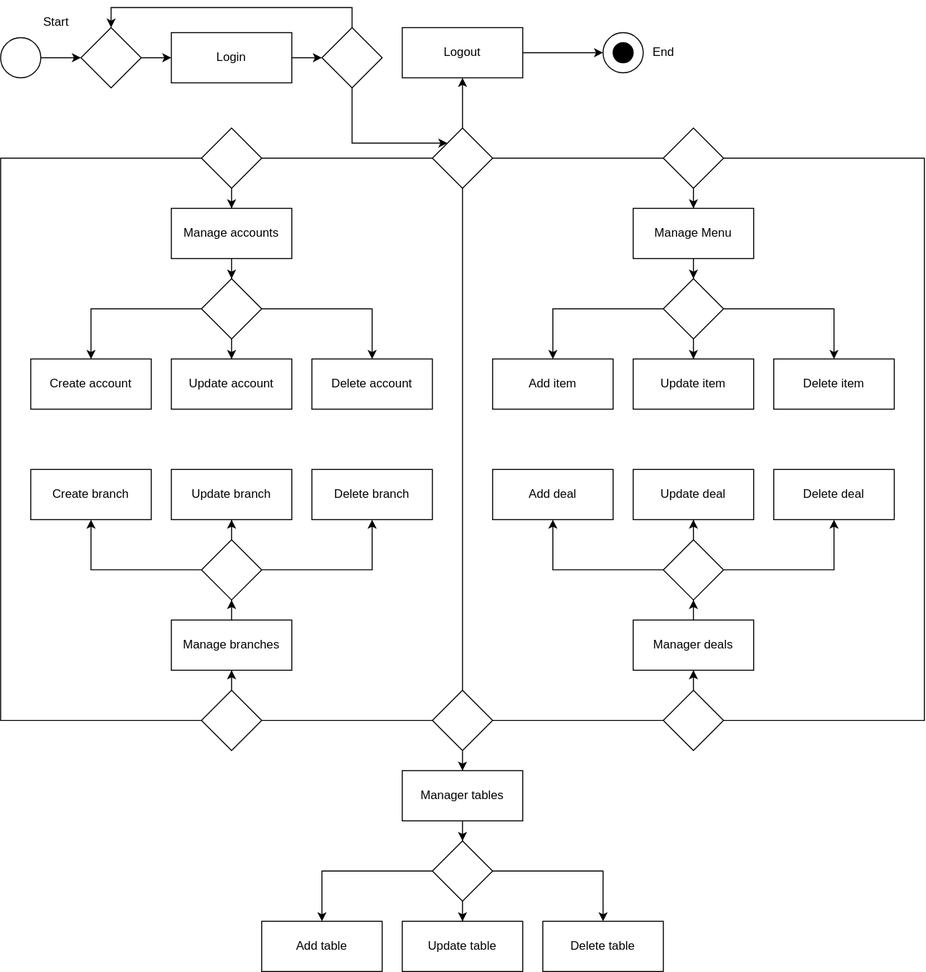
abdxdev/AMOS-Sem-Proj keeps this draw.io diagram as docs/images/state-diagrams/Admin SD.svg. Above is the earlier version. Source tidied: cells renumbered, new cells last; positions are measured from the earlier drawing's top-left corner, leaving out a move shared by most shapes.
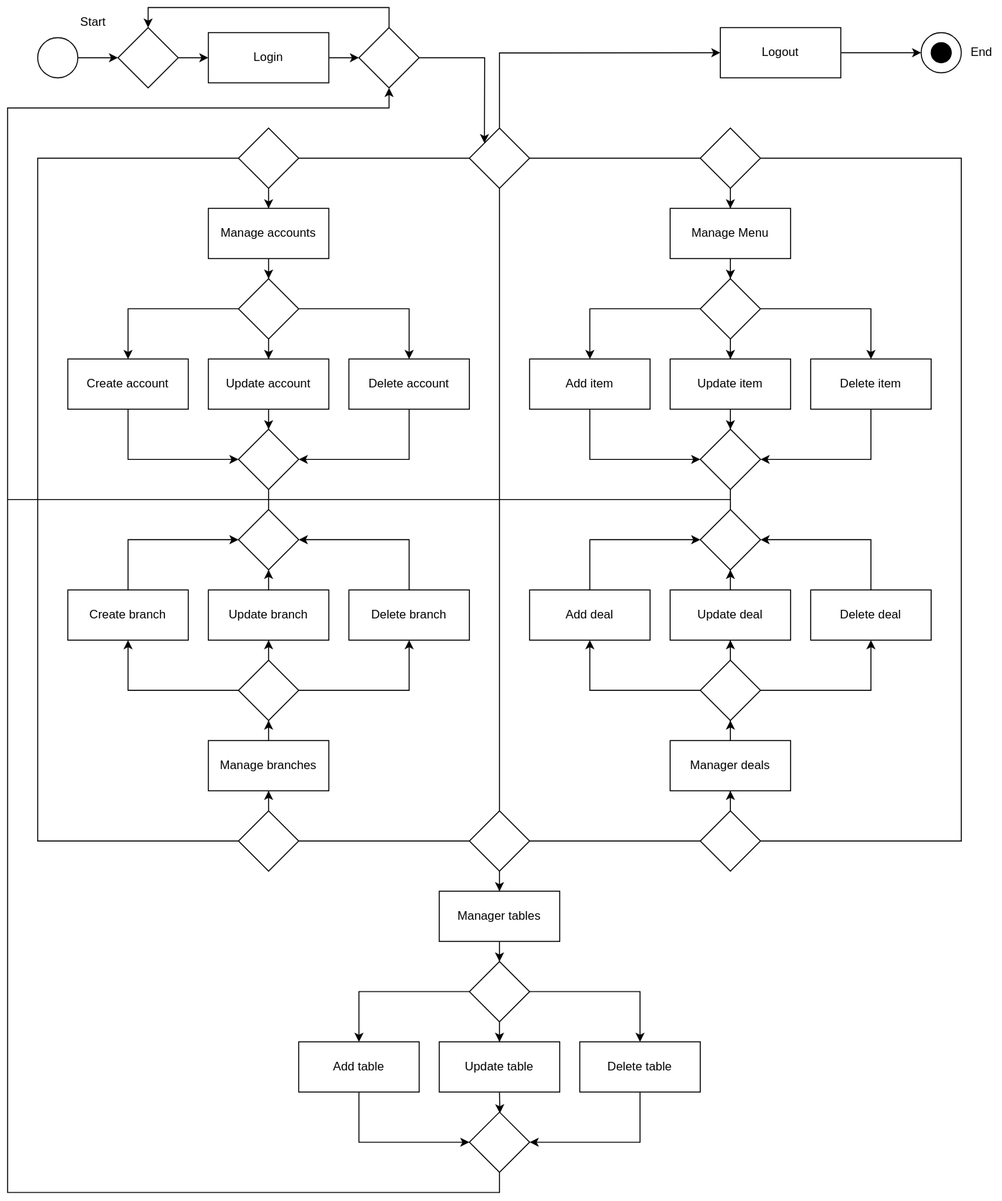
Later version of the same file.

The edit, as a diff of the source:
```diff
@@ -3,7 +3,7 @@
     <mxCell id="0" />
     <mxCell id="1" parent="0" />
     <mxCell id="2" style="group;" parent="1" vertex="1">
-      <mxGeometry x="600" y="25" width="40" height="40" as="geometry" />
+      <mxGeometry x="880" y="25" width="40" height="40" as="geometry" />
     </mxCell>
     <mxCell id="3" style="ellipse;whiteSpace=wrap;html=1;fillStyle=solid;strokeWidth=1;" parent="2" vertex="1">
       <mxGeometry width="40" height="40" as="geometry" />
@@ -17,13 +17,6 @@
     <mxCell id="6" style="rhombus;whiteSpace=wrap;html=1;" parent="1" vertex="1">
       <mxGeometry x="80" y="20" width="60" height="60" as="geometry" />
     </mxCell>
-    <mxCell id="7" style="edgeStyle=orthogonalEdgeStyle;rounded=0;jettySize=auto;html=1;entryX=0;entryY=0;entryDx=0;entryDy=0;" parent="1" edge="1" source="77" target="74">
-      <mxGeometry relative="1" as="geometry">
-        <Array as="points">
-          <mxPoint x="350" y="135" />
-        </Array>
-      </mxGeometry>
-    </mxCell>
     <mxCell id="8" value="Login" style="rounded=0;whiteSpace=wrap;html=1;" parent="1" vertex="1">
       <mxGeometry x="170" y="25" width="120" height="50" as="geometry" />
     </mxCell>
@@ -37,16 +30,19 @@
       <mxGeometry relative="1" as="geometry" />
     </mxCell>
     <mxCell id="12" style="rhombus;whiteSpace=wrap;html=1;" parent="1" vertex="1">
-      <mxGeometry x="660" y="680" width="60" height="60" as="geometry" />
+      <mxGeometry x="660" y="800" width="60" height="60" as="geometry" />
     </mxCell>
     <mxCell id="13" style="edgeStyle=orthogonalEdgeStyle;rounded=0;jettySize=auto;html=1;" parent="1" edge="1" source="14" target="19">
       <mxGeometry relative="1" as="geometry" />
     </mxCell>
     <mxCell id="14" value="Manager deals" style="rounded=0;whiteSpace=wrap;html=1;" parent="1" vertex="1">
-      <mxGeometry x="630" y="610" width="120" height="50" as="geometry" />
+      <mxGeometry x="630" y="730" width="120" height="50" as="geometry" />
     </mxCell>
+    <mxCell id="82" style="edgeStyle=orthogonalEdgeStyle;rounded=0;jettySize=auto;html=1;" parent="1" edge="1" source="15" target="99">
+      <mxGeometry relative="1" as="geometry" />
+    </mxCell>
     <mxCell id="15" value="Update deal" style="rounded=0;whiteSpace=wrap;html=1;" parent="1" vertex="1">
-      <mxGeometry x="630" y="460" width="120" height="50" as="geometry" />
+      <mxGeometry x="630" y="580" width="120" height="50" as="geometry" />
     </mxCell>
     <mxCell id="16" style="edgeStyle=orthogonalEdgeStyle;rounded=0;jettySize=auto;html=1;" parent="1" edge="1" source="19" target="21">
       <mxGeometry relative="1" as="geometry" />
@@ -58,13 +54,27 @@
       <mxGeometry relative="1" as="geometry" />
     </mxCell>
     <mxCell id="19" style="rhombus;whiteSpace=wrap;html=1;" parent="1" vertex="1">
-      <mxGeometry x="660" y="530" width="60" height="60" as="geometry" />
+      <mxGeometry x="660" y="650" width="60" height="60" as="geometry" />
     </mxCell>
+    <mxCell id="83" style="edgeStyle=orthogonalEdgeStyle;rounded=0;jettySize=auto;html=1;entryX=1;entryY=0.5;entryDx=0;entryDy=0;" parent="1" edge="1" source="20" target="99">
+      <mxGeometry relative="1" as="geometry">
+        <Array as="points">
+          <mxPoint x="830" y="530" />
+        </Array>
+      </mxGeometry>
+    </mxCell>
     <mxCell id="20" value="Delete deal" style="rounded=0;whiteSpace=wrap;html=1;" parent="1" vertex="1">
-      <mxGeometry x="770" y="460" width="120" height="50" as="geometry" />
+      <mxGeometry x="770" y="580" width="120" height="50" as="geometry" />
     </mxCell>
+    <mxCell id="84" style="edgeStyle=orthogonalEdgeStyle;rounded=0;jettySize=auto;html=1;entryX=0;entryY=0.5;entryDx=0;entryDy=0;" parent="1" edge="1" source="21" target="99">
+      <mxGeometry relative="1" as="geometry">
+        <Array as="points">
+          <mxPoint x="550" y="530" />
+        </Array>
+      </mxGeometry>
+    </mxCell>
     <mxCell id="21" value="Add deal" style="rounded=0;whiteSpace=wrap;html=1;" parent="1" vertex="1">
-      <mxGeometry x="490" y="460" width="120" height="50" as="geometry" />
+      <mxGeometry x="490" y="580" width="120" height="50" as="geometry" />
     </mxCell>
     <mxCell id="22" style="edgeStyle=orthogonalEdgeStyle;rounded=0;jettySize=auto;html=1;" parent="1" edge="1" source="24" target="26">
       <mxGeometry relative="1" as="geometry" />
@@ -73,7 +83,7 @@
       <mxGeometry relative="1" as="geometry">
         <Array as="points">
           <mxPoint x="920" y="150" />
-          <mxPoint x="920" y="710" />
+          <mxPoint x="920" y="830" />
         </Array>
       </mxGeometry>
     </mxCell>
@@ -86,6 +96,9 @@
     <mxCell id="26" value="Manage Menu" style="rounded=0;whiteSpace=wrap;html=1;" parent="1" vertex="1">
       <mxGeometry x="630" y="200" width="120" height="50" as="geometry" />
     </mxCell>
+    <mxCell id="85" style="edgeStyle=orthogonalEdgeStyle;rounded=0;jettySize=auto;html=1;" parent="1" edge="1" source="27" target="97">
+      <mxGeometry relative="1" as="geometry" />
+    </mxCell>
     <mxCell id="27" value="Update item" style="rounded=0;whiteSpace=wrap;html=1;" parent="1" vertex="1">
       <mxGeometry x="630" y="350" width="120" height="50" as="geometry" />
     </mxCell>
@@ -101,9 +114,23 @@
     <mxCell id="31" style="rhombus;whiteSpace=wrap;html=1;" parent="1" vertex="1">
       <mxGeometry x="660" y="270" width="60" height="60" as="geometry" />
     </mxCell>
+    <mxCell id="86" style="edgeStyle=orthogonalEdgeStyle;rounded=0;jettySize=auto;html=1;" parent="1" edge="1" source="32" target="97">
+      <mxGeometry relative="1" as="geometry">
+        <Array as="points">
+          <mxPoint x="830" y="450" />
+        </Array>
+      </mxGeometry>
+    </mxCell>
     <mxCell id="32" value="Delete item" style="rounded=0;whiteSpace=wrap;html=1;" parent="1" vertex="1">
       <mxGeometry x="770" y="350" width="120" height="50" as="geometry" />
     </mxCell>
+    <mxCell id="87" style="edgeStyle=orthogonalEdgeStyle;rounded=0;jettySize=auto;html=1;entryX=0;entryY=0.5;entryDx=0;entryDy=0;" parent="1" edge="1" source="33" target="97">
+      <mxGeometry relative="1" as="geometry">
+        <Array as="points">
+          <mxPoint x="550" y="450" />
+        </Array>
+      </mxGeometry>
+    </mxCell>
     <mxCell id="33" value="Add item" style="rounded=0;whiteSpace=wrap;html=1;" parent="1" vertex="1">
       <mxGeometry x="490" y="350" width="120" height="50" as="geometry" />
     </mxCell>
@@ -114,16 +141,19 @@
       <mxGeometry relative="1" as="geometry" />
     </mxCell>
     <mxCell id="36" style="rhombus;whiteSpace=wrap;html=1;" parent="1" vertex="1">
-      <mxGeometry x="200" y="680" width="60" height="60" as="geometry" />
+      <mxGeometry x="200" y="800" width="60" height="60" as="geometry" />
     </mxCell>
     <mxCell id="37" style="edgeStyle=orthogonalEdgeStyle;rounded=0;jettySize=auto;html=1;" parent="1" edge="1" source="38" target="43">
       <mxGeometry relative="1" as="geometry" />
     </mxCell>
     <mxCell id="38" value="Manage branches" style="rounded=0;whiteSpace=wrap;html=1;" parent="1" vertex="1">
-      <mxGeometry x="170" y="610" width="120" height="50" as="geometry" />
+      <mxGeometry x="170" y="730" width="120" height="50" as="geometry" />
     </mxCell>
+    <mxCell id="88" style="edgeStyle=orthogonalEdgeStyle;rounded=0;jettySize=auto;html=1;" parent="1" edge="1" source="39" target="100">
+      <mxGeometry relative="1" as="geometry" />
+    </mxCell>
     <mxCell id="39" value="Update branch" style="rounded=0;whiteSpace=wrap;html=1;" parent="1" vertex="1">
-      <mxGeometry x="170" y="460" width="120" height="50" as="geometry" />
+      <mxGeometry x="170" y="580" width="120" height="50" as="geometry" />
     </mxCell>
     <mxCell id="40" style="edgeStyle=orthogonalEdgeStyle;rounded=0;jettySize=auto;html=1;" parent="1" edge="1" source="43" target="45">
       <mxGeometry relative="1" as="geometry" />
@@ -135,13 +165,27 @@
       <mxGeometry relative="1" as="geometry" />
     </mxCell>
     <mxCell id="43" style="rhombus;whiteSpace=wrap;html=1;" parent="1" vertex="1">
-      <mxGeometry x="200" y="530" width="60" height="60" as="geometry" />
+      <mxGeometry x="200" y="650" width="60" height="60" as="geometry" />
     </mxCell>
+    <mxCell id="89" style="edgeStyle=orthogonalEdgeStyle;rounded=0;jettySize=auto;html=1;entryX=1;entryY=0.5;entryDx=0;entryDy=0;" parent="1" edge="1" source="44" target="100">
+      <mxGeometry relative="1" as="geometry">
+        <Array as="points">
+          <mxPoint x="370" y="530" />
+        </Array>
+      </mxGeometry>
+    </mxCell>
     <mxCell id="44" value="Delete branch" style="rounded=0;whiteSpace=wrap;html=1;" parent="1" vertex="1">
-      <mxGeometry x="310" y="460" width="120" height="50" as="geometry" />
+      <mxGeometry x="310" y="580" width="120" height="50" as="geometry" />
     </mxCell>
+    <mxCell id="90" style="edgeStyle=orthogonalEdgeStyle;rounded=0;jettySize=auto;html=1;entryX=0;entryY=0.5;entryDx=0;entryDy=0;" parent="1" edge="1" source="45" target="100">
+      <mxGeometry relative="1" as="geometry">
+        <Array as="points">
+          <mxPoint x="90" y="530" />
+        </Array>
+      </mxGeometry>
+    </mxCell>
     <mxCell id="45" value="Create branch" style="rounded=0;whiteSpace=wrap;html=1;" parent="1" vertex="1">
-      <mxGeometry x="30" y="460" width="120" height="50" as="geometry" />
+      <mxGeometry x="30" y="580" width="120" height="50" as="geometry" />
     </mxCell>
     <mxCell id="46" style="edgeStyle=orthogonalEdgeStyle;rounded=0;jettySize=auto;html=1;" parent="1" edge="1" source="48" target="50">
       <mxGeometry relative="1" as="geometry" />
@@ -150,7 +194,7 @@
       <mxGeometry relative="1" as="geometry">
         <Array as="points">
           <mxPoint y="150" />
-          <mxPoint y="710" />
+          <mxPoint y="830" />
         </Array>
       </mxGeometry>
     </mxCell>
@@ -163,6 +207,9 @@
     <mxCell id="50" value="Manage accounts" style="rounded=0;whiteSpace=wrap;html=1;" parent="1" vertex="1">
       <mxGeometry x="170" y="200" width="120" height="50" as="geometry" />
     </mxCell>
+    <mxCell id="91" style="edgeStyle=orthogonalEdgeStyle;rounded=0;jettySize=auto;html=1;entryX=0.5;entryY=0;entryDx=0;entryDy=0;" parent="1" edge="1" source="51" target="95">
+      <mxGeometry relative="1" as="geometry" />
+    </mxCell>
     <mxCell id="51" value="Update account" style="rounded=0;whiteSpace=wrap;html=1;" parent="1" vertex="1">
       <mxGeometry x="170" y="350" width="120" height="50" as="geometry" />
     </mxCell>
@@ -178,9 +225,23 @@
     <mxCell id="55" style="rhombus;whiteSpace=wrap;html=1;" parent="1" vertex="1">
       <mxGeometry x="200" y="270" width="60" height="60" as="geometry" />
     </mxCell>
+    <mxCell id="92" style="edgeStyle=orthogonalEdgeStyle;rounded=0;jettySize=auto;html=1;entryX=1;entryY=0.5;entryDx=0;entryDy=0;" parent="1" edge="1" source="56" target="95">
+      <mxGeometry relative="1" as="geometry">
+        <Array as="points">
+          <mxPoint x="370" y="450" />
+        </Array>
+      </mxGeometry>
+    </mxCell>
     <mxCell id="56" value="Delete account" style="rounded=0;whiteSpace=wrap;html=1;" parent="1" vertex="1">
       <mxGeometry x="310" y="350" width="120" height="50" as="geometry" />
     </mxCell>
+    <mxCell id="93" style="edgeStyle=orthogonalEdgeStyle;rounded=0;jettySize=auto;html=1;entryX=0;entryY=0.5;entryDx=0;entryDy=0;" parent="1" edge="1" source="57" target="95">
+      <mxGeometry relative="1" as="geometry">
+        <Array as="points">
+          <mxPoint x="90" y="450" />
+        </Array>
+      </mxGeometry>
+    </mxCell>
     <mxCell id="57" value="Create account" style="rounded=0;whiteSpace=wrap;html=1;" parent="1" vertex="1">
       <mxGeometry x="30" y="350" width="120" height="50" as="geometry" />
     </mxCell>
@@ -191,16 +252,16 @@
       <mxGeometry relative="1" as="geometry" />
     </mxCell>
     <mxCell id="60" style="rhombus;whiteSpace=wrap;html=1;" parent="1" vertex="1">
-      <mxGeometry x="430" y="680" width="60" height="60" as="geometry" />
+      <mxGeometry x="430" y="800" width="60" height="60" as="geometry" />
     </mxCell>
     <mxCell id="61" style="edgeStyle=orthogonalEdgeStyle;rounded=0;jettySize=auto;html=1;" parent="1" edge="1" source="62" target="67">
       <mxGeometry relative="1" as="geometry" />
     </mxCell>
     <mxCell id="62" value="Manager tables" style="rounded=0;whiteSpace=wrap;html=1;" parent="1" vertex="1">
-      <mxGeometry x="400" y="760" width="120" height="50" as="geometry" />
+      <mxGeometry x="400" y="880" width="120" height="50" as="geometry" />
     </mxCell>
     <mxCell id="63" value="Update table" style="rounded=0;whiteSpace=wrap;html=1;" parent="1" vertex="1">
-      <mxGeometry x="400" y="910" width="120" height="50" as="geometry" />
+      <mxGeometry x="400" y="1030" width="120" height="50" as="geometry" />
     </mxCell>
     <mxCell id="64" style="edgeStyle=orthogonalEdgeStyle;rounded=0;jettySize=auto;html=1;" parent="1" edge="1" source="67" target="69">
       <mxGeometry relative="1" as="geometry" />
@@ -212,13 +273,13 @@
       <mxGeometry relative="1" as="geometry" />
     </mxCell>
     <mxCell id="67" style="rhombus;whiteSpace=wrap;html=1;" parent="1" vertex="1">
-      <mxGeometry x="430" y="830" width="60" height="60" as="geometry" />
+      <mxGeometry x="430" y="950" width="60" height="60" as="geometry" />
     </mxCell>
     <mxCell id="68" value="Delete table" style="rounded=0;whiteSpace=wrap;html=1;" parent="1" vertex="1">
-      <mxGeometry x="540" y="910" width="120" height="50" as="geometry" />
+      <mxGeometry x="540" y="1030" width="120" height="50" as="geometry" />
     </mxCell>
     <mxCell id="69" value="Add table" style="rounded=0;whiteSpace=wrap;html=1;" parent="1" vertex="1">
-      <mxGeometry x="260" y="910" width="120" height="50" as="geometry" />
+      <mxGeometry x="260" y="1030" width="120" height="50" as="geometry" />
     </mxCell>
     <mxCell id="70" style="edgeStyle=orthogonalEdgeStyle;rounded=0;jettySize=auto;html=1;endArrow=none;endFill=0;" parent="1" edge="1" source="74" target="60">
       <mxGeometry relative="1" as="geometry" />
@@ -246,6 +307,9 @@
         </Array>
       </mxGeometry>
     </mxCell>
+    <mxCell id="7" style="edgeStyle=orthogonalEdgeStyle;rounded=0;jettySize=auto;html=1;exitX=1;exitY=0.5;exitDx=0;exitDy=0;entryX=0;entryY=0;entryDx=0;entryDy=0;" parent="1" edge="1" source="77" target="74">
+      <mxGeometry relative="1" as="geometry" />
+    </mxCell>
     <mxCell id="77" style="rhombus;whiteSpace=wrap;html=1;" parent="1" vertex="1">
       <mxGeometry x="320" y="20" width="60" height="60" as="geometry" />
     </mxCell>
@@ -253,13 +317,80 @@
       <mxGeometry x="30" width="50" height="30" as="geometry" />
     </mxCell>
     <mxCell id="79" value="End" style="text;html=1;align=center;verticalAlign=middle;strokeColor=none;fillColor=none;" parent="1" vertex="1">
-      <mxGeometry x="640" y="30" width="40" height="30" as="geometry" />
+      <mxGeometry x="920" y="30" width="40" height="30" as="geometry" />
     </mxCell>
-    <mxCell id="80" style="edgeStyle=orthogonalEdgeStyle;rounded=0;jettySize=auto;html=1;entryX=0.5;entryY=1;entryDx=0;entryDy=0;" parent="1" edge="1" source="74" target="81">
-      <mxGeometry relative="1" as="geometry" />
+    <mxCell id="80" style="edgeStyle=orthogonalEdgeStyle;rounded=0;jettySize=auto;html=1;entryX=0;entryY=0.5;entryDx=0;entryDy=0;" parent="1" edge="1" source="74" target="81">
+      <mxGeometry relative="1" as="geometry">
+        <Array as="points">
+          <mxPoint x="460" y="45" />
+        </Array>
+      </mxGeometry>
     </mxCell>
     <mxCell id="81" value="Logout" style="rounded=0;whiteSpace=wrap;html=1;" parent="1" vertex="1">
-      <mxGeometry x="400" y="20" width="120" height="50" as="geometry" />
+      <mxGeometry x="680" y="20" width="120" height="50" as="geometry" />
     </mxCell>
+    <mxCell id="94" style="edgeStyle=orthogonalEdgeStyle;rounded=0;jettySize=auto;html=1;exitX=0.5;exitY=1;exitDx=0;exitDy=0;entryX=0.5;entryY=0;entryDx=0;entryDy=0;endArrow=none;endFill=0;" parent="1" edge="1" source="95" target="100">
+      <mxGeometry relative="1" as="geometry" />
+    </mxCell>
+    <mxCell id="95" style="rhombus;whiteSpace=wrap;html=1;" parent="1" vertex="1">
+      <mxGeometry x="200" y="420" width="60" height="60" as="geometry" />
+    </mxCell>
+    <mxCell id="96" style="edgeStyle=orthogonalEdgeStyle;rounded=0;jettySize=auto;html=1;exitX=0.5;exitY=1;exitDx=0;exitDy=0;endArrow=none;endFill=0;" parent="1" edge="1" source="97">
+      <mxGeometry relative="1" as="geometry">
+        <mxPoint x="-30" y="490" as="targetPoint" />
+        <Array as="points">
+          <mxPoint x="690" y="490" />
+          <mxPoint x="-30" y="490" />
+        </Array>
+      </mxGeometry>
+    </mxCell>
+    <mxCell id="97" style="rhombus;whiteSpace=wrap;html=1;" parent="1" vertex="1">
+      <mxGeometry x="660" y="420" width="60" height="60" as="geometry" />
+    </mxCell>
+    <mxCell id="98" style="edgeStyle=orthogonalEdgeStyle;rounded=0;jettySize=auto;html=1;exitX=0.5;exitY=0;exitDx=0;exitDy=0;endArrow=none;endFill=0;" parent="1" edge="1" source="99">
+      <mxGeometry relative="1" as="geometry">
+        <mxPoint x="690.1" y="490" as="targetPoint" />
+      </mxGeometry>
+    </mxCell>
+    <mxCell id="99" style="rhombus;whiteSpace=wrap;html=1;" parent="1" vertex="1">
+      <mxGeometry x="660" y="500" width="60" height="60" as="geometry" />
+    </mxCell>
+    <mxCell id="100" style="rhombus;whiteSpace=wrap;html=1;" parent="1" vertex="1">
+      <mxGeometry x="200" y="500" width="60" height="60" as="geometry" />
+    </mxCell>
+    <mxCell id="101" style="edgeStyle=orthogonalEdgeStyle;rounded=0;jettySize=auto;html=1;" parent="1" edge="1" target="105">
+      <mxGeometry relative="1" as="geometry">
+        <mxPoint x="460" y="1080" as="sourcePoint" />
+      </mxGeometry>
+    </mxCell>
+    <mxCell id="102" style="edgeStyle=orthogonalEdgeStyle;rounded=0;jettySize=auto;html=1;" parent="1" edge="1" target="105">
+      <mxGeometry relative="1" as="geometry">
+        <mxPoint x="600" y="1080" as="sourcePoint" />
+        <Array as="points">
+          <mxPoint x="600" y="1130" />
+        </Array>
+      </mxGeometry>
+    </mxCell>
+    <mxCell id="103" style="edgeStyle=orthogonalEdgeStyle;rounded=0;jettySize=auto;html=1;entryX=0;entryY=0.5;entryDx=0;entryDy=0;" parent="1" edge="1" target="105">
+      <mxGeometry relative="1" as="geometry">
+        <mxPoint x="320" y="1080" as="sourcePoint" />
+        <Array as="points">
+          <mxPoint x="320" y="1130" />
+        </Array>
+      </mxGeometry>
+    </mxCell>
+    <mxCell id="104" style="edgeStyle=orthogonalEdgeStyle;rounded=0;jettySize=auto;html=1;exitX=0.5;exitY=1;exitDx=0;exitDy=0;entryX=0.5;entryY=1;entryDx=0;entryDy=0;" parent="1" edge="1" source="105" target="77">
+      <mxGeometry relative="1" as="geometry">
+        <Array as="points">
+          <mxPoint x="460" y="1180" />
+          <mxPoint x="-30" y="1180" />
+          <mxPoint x="-30" y="100" />
+          <mxPoint x="350" y="100" />
+        </Array>
+      </mxGeometry>
+    </mxCell>
+    <mxCell id="105" style="rhombus;whiteSpace=wrap;html=1;" parent="1" vertex="1">
+      <mxGeometry x="430" y="1100" width="60" height="60" as="geometry" />
+    </mxCell>
   </root>
 </mxGraphModel>
```
